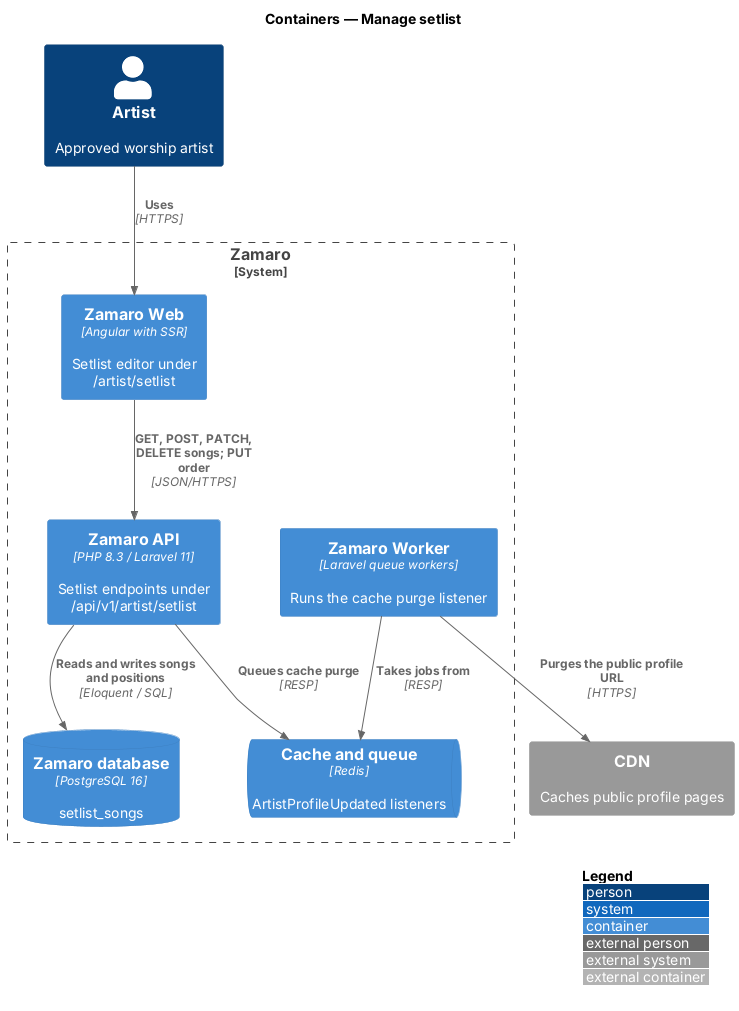
The PlantUML diagram docs/detailed-designs/artist-workspace/manage-setlist/diagrams/c4-container.png in QuinntyneBrown/zamaro, before a commit.
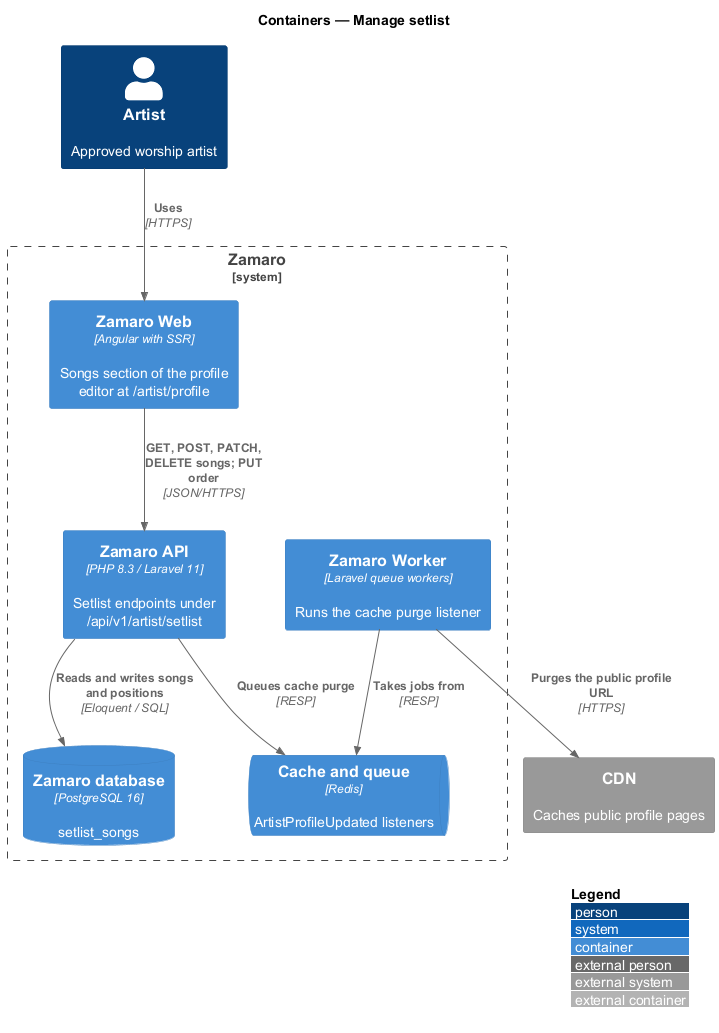
After the change.

Change to the diagram source:
```diff
@@ -6,7 +6,7 @@
 Person(artist, "Artist", "Approved worship artist")
 System_Ext(cdn, "CDN", "Caches public profile pages")
 System_Boundary(zamaro, "Zamaro") {
-  Container(web, "Zamaro Web", "Angular with SSR", "Setlist editor under /artist/setlist")
+  Container(web, "Zamaro Web", "Angular with SSR", "Songs section of the profile editor at /artist/profile")
   Container(api, "Zamaro API", "PHP 8.3 / Laravel 11", "Setlist endpoints under /api/v1/artist/setlist")
   Container(worker, "Zamaro Worker", "Laravel queue workers", "Runs the cache purge listener")
   ContainerDb(db, "Zamaro database", "PostgreSQL 16", "setlist_songs")
```
